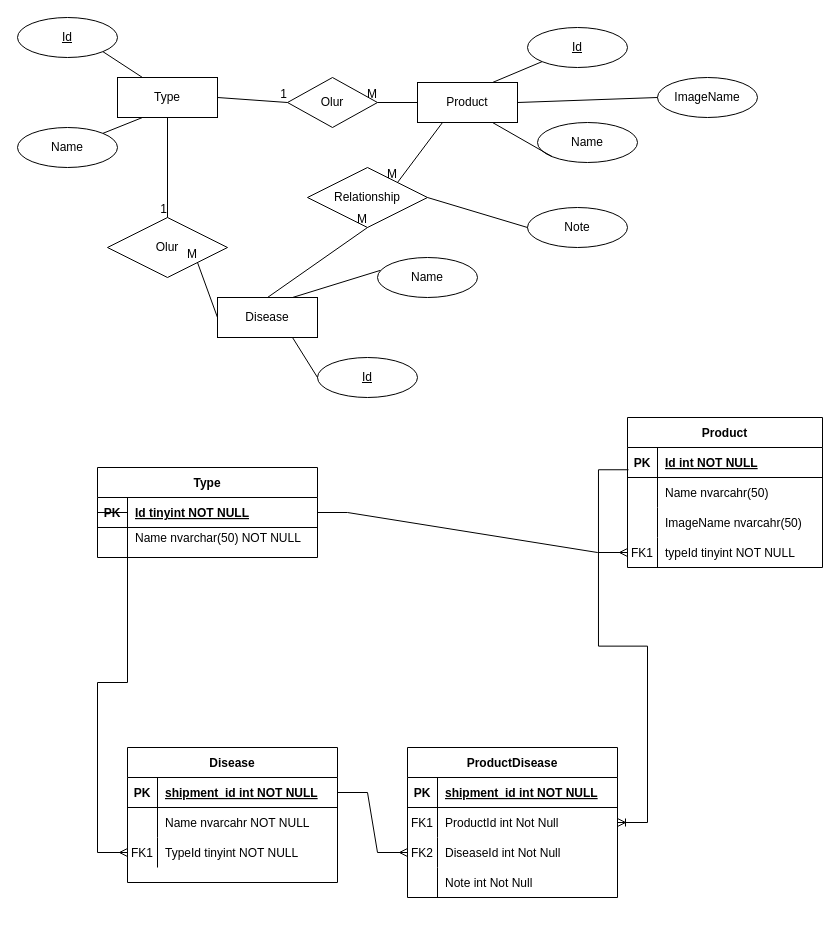
Before: Entity Relationship.drawio in ozdemirali/Agriculture-App-Design, a draw.io diagram. Source tidied: cells renumbered, new cells numbered last; positions are measured from the earlier drawing's top-left corner, leaving out a move shared by most shapes. Both pictures are drawn from the tidied source at 100%, with x=0, y=0 at pixel (17, 17).
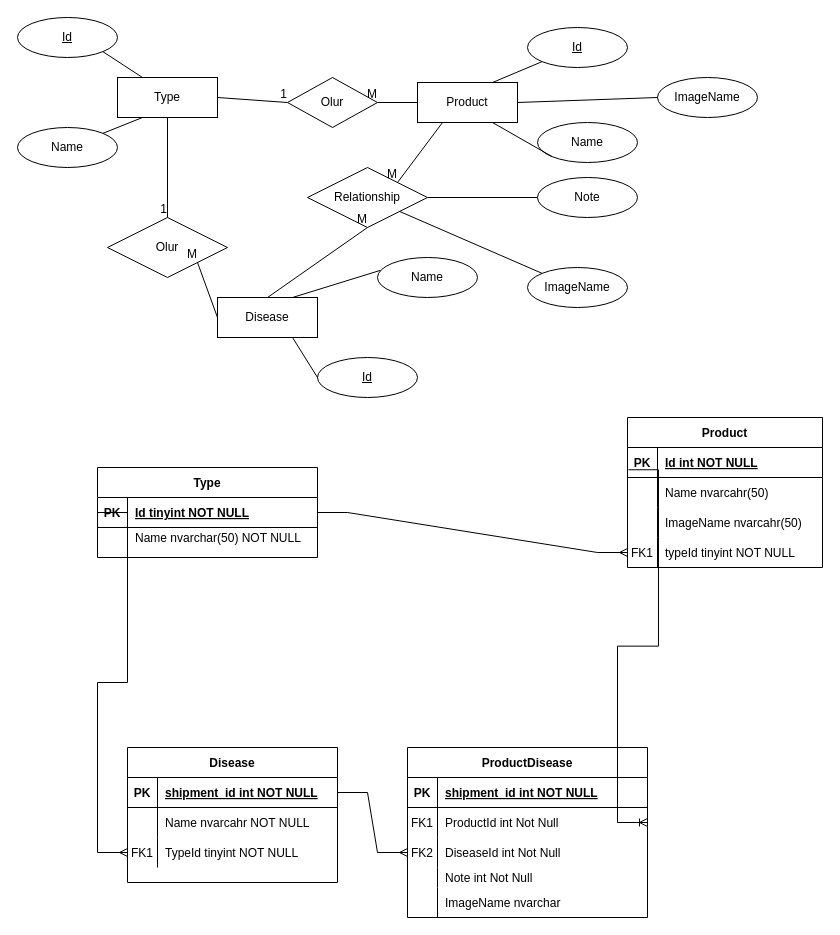
After the change.

The change refers to these unchanged cells:
```xml
<mxCell id="72" value="Relationship" style="shape=rhombus;perimeter=rhombusPerimeter;whiteSpace=wrap;html=1;align=center;" parent="1" vertex="1">
  <mxGeometry x="290" y="150" width="120" height="60" as="geometry" />
</mxCell>
```

What changed in the source:
```diff
@@
     <mxCell id="59" value="ProductDisease" style="shape=table;startSize=30;childLayout=tableLayout;rowLines=0;fontStyle=1;align=center;" parent="1" vertex="1">
-      <mxGeometry x="390" y="730" width="210" height="150" as="geometry" />
+      <mxGeometry x="390" y="730" width="240" height="170" as="geometry" />
     </mxCell>
     <mxCell id="60" style="shape=partialRectangle;fillColor=none;top=0;left=0;right=0;bottom=1;" parent="59" vertex="1">
-      <mxGeometry y="30" width="210" height="30" as="geometry" />
+      <mxGeometry y="30" width="240" height="30" as="geometry" />
     </mxCell>
@@
     <mxCell id="62" value="shipment_id int NOT NULL " style="shape=partialRectangle;overflow=hidden;fillColor=none;top=0;left=0;bottom=0;right=0;align=left;spacingLeft=6;fontStyle=5;" parent="60" vertex="1">
-      <mxGeometry x="30" width="180" height="30" as="geometry" />
+      <mxGeometry x="30" width="210" height="30" as="geometry" />
     </mxCell>
     <mxCell id="63" style="shape=partialRectangle;fillColor=none;points=[[0,0.5],[1,0.5]];portConstraint=eastwest;top=0;left=0;right=0;bottom=0;" parent="59" vertex="1">
-      <mxGeometry y="60" width="210" height="30" as="geometry" />
+      <mxGeometry y="60" width="240" height="30" as="geometry" />
     </mxCell>
@@
     <mxCell id="65" value="ProductId int Not Null" style="shape=partialRectangle;overflow=hidden;fillColor=none;top=0;left=0;bottom=0;right=0;align=left;spacingLeft=6;" parent="63" vertex="1">
-      <mxGeometry x="30" width="180" height="30" as="geometry" />
+      <mxGeometry x="30" width="210" height="30" as="geometry" />
     </mxCell>
     <mxCell id="66" style="shape=partialRectangle;fillColor=none;points=[[0,0.5],[1,0.5]];portConstraint=eastwest;top=0;left=0;right=0;bottom=0;" parent="59" vertex="1">
-      <mxGeometry y="90" width="210" height="30" as="geometry" />
+      <mxGeometry y="90" width="240" height="30" as="geometry" />
     </mxCell>
@@
     <mxCell id="68" value="DiseaseId int Not Null" style="shape=partialRectangle;overflow=hidden;fillColor=none;top=0;left=0;bottom=0;right=0;align=left;spacingLeft=6;" parent="66" vertex="1">
-      <mxGeometry x="30" width="180" height="30" as="geometry" />
+      <mxGeometry x="30" width="210" height="30" as="geometry" />
     </mxCell>
     <mxCell id="69" style="shape=partialRectangle;fillColor=none;top=0;left=0;right=0;bottom=0;" parent="59" vertex="1">
-      <mxGeometry y="120" width="210" height="30" as="geometry" />
+      <mxGeometry y="120" width="240" height="20" as="geometry" />
     </mxCell>
     <mxCell id="70" style="shape=partialRectangle;overflow=hidden;fillColor=none;top=0;left=0;bottom=0;right=0;" parent="69" vertex="1">
-      <mxGeometry width="30" height="30" as="geometry" />
+      <mxGeometry width="30" height="20" as="geometry" />
     </mxCell>
     <mxCell id="71" value="Note int Not Null" style="shape=partialRectangle;overflow=hidden;fillColor=none;top=0;left=0;bottom=0;right=0;align=left;spacingLeft=6;" parent="69" vertex="1">
-      <mxGeometry x="30" width="180" height="30" as="geometry" />
+      <mxGeometry x="30" width="210" height="20" as="geometry" />
     </mxCell>
+    <mxCell id="83" style="shape=partialRectangle;fillColor=none;top=0;left=0;right=0;bottom=0;" parent="59" vertex="1">
+      <mxGeometry y="140" width="240" height="30" as="geometry" />
+    </mxCell>
+    <mxCell id="84" style="shape=partialRectangle;overflow=hidden;fillColor=none;top=0;left=0;bottom=0;right=0;" parent="83" vertex="1">
+      <mxGeometry width="30" height="30" as="geometry" />
+    </mxCell>
+    <mxCell id="85" value="ImageName nvarchar" style="shape=partialRectangle;overflow=hidden;fillColor=none;top=0;left=0;bottom=0;right=0;align=left;spacingLeft=6;" parent="83" vertex="1">
+      <mxGeometry x="30" width="210" height="30" as="geometry" />
+    </mxCell>
@@
     <mxCell id="77" value="Note" style="ellipse;whiteSpace=wrap;html=1;align=center;" parent="1" vertex="1">
-      <mxGeometry x="510" y="190" width="100" height="40" as="geometry" />
+      <mxGeometry x="520" y="160" width="100" height="40" as="geometry" />
     </mxCell>
@@
+    <mxCell id="86" value="ImageName" style="ellipse;whiteSpace=wrap;html=1;align=center;" parent="1" vertex="1">
+      <mxGeometry x="510" y="250" width="100" height="40" as="geometry" />
+    </mxCell>
+    <mxCell id="87" style="endArrow=none;html=1;rounded=0;entryX=0;entryY=0;entryDx=0;entryDy=0;" parent="1" edge="1" source="72" target="86">
+      <mxGeometry relative="1" as="geometry" />
+    </mxCell>
```
